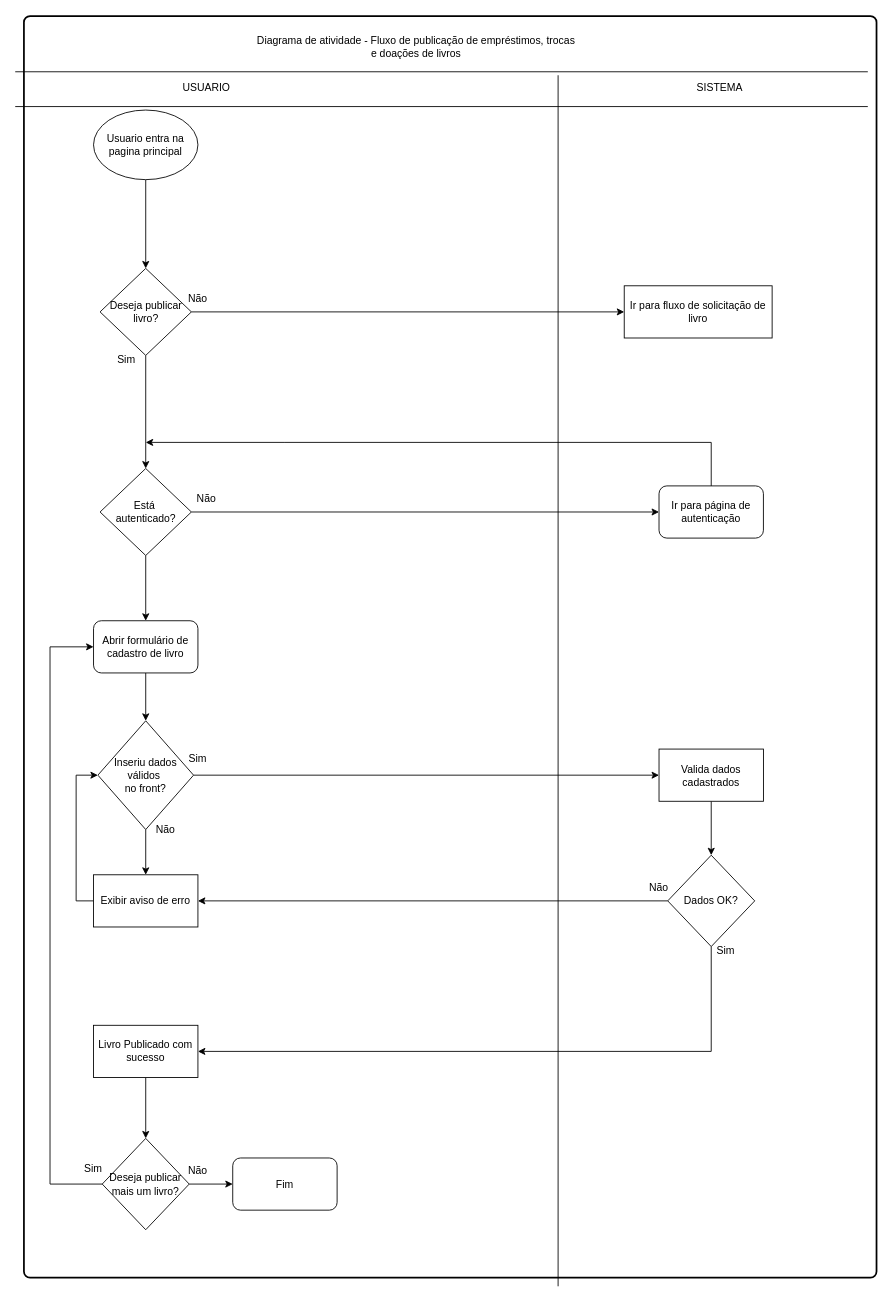
This is page "Diagrama_Atividade_publicar_livro" (3 of 4) of Diagramas/Diagramas.drawio from Raphael0305/Fatec-PI, a draw.io file, before an edit. Source tidied: cells renumbered, new cells numbered last; positions are measured from the earlier drawing's top-left corner, leaving out a move shared by most shapes. Both pictures are drawn from the tidied source at 87%, with x=0, y=0 at pixel (15, 16).
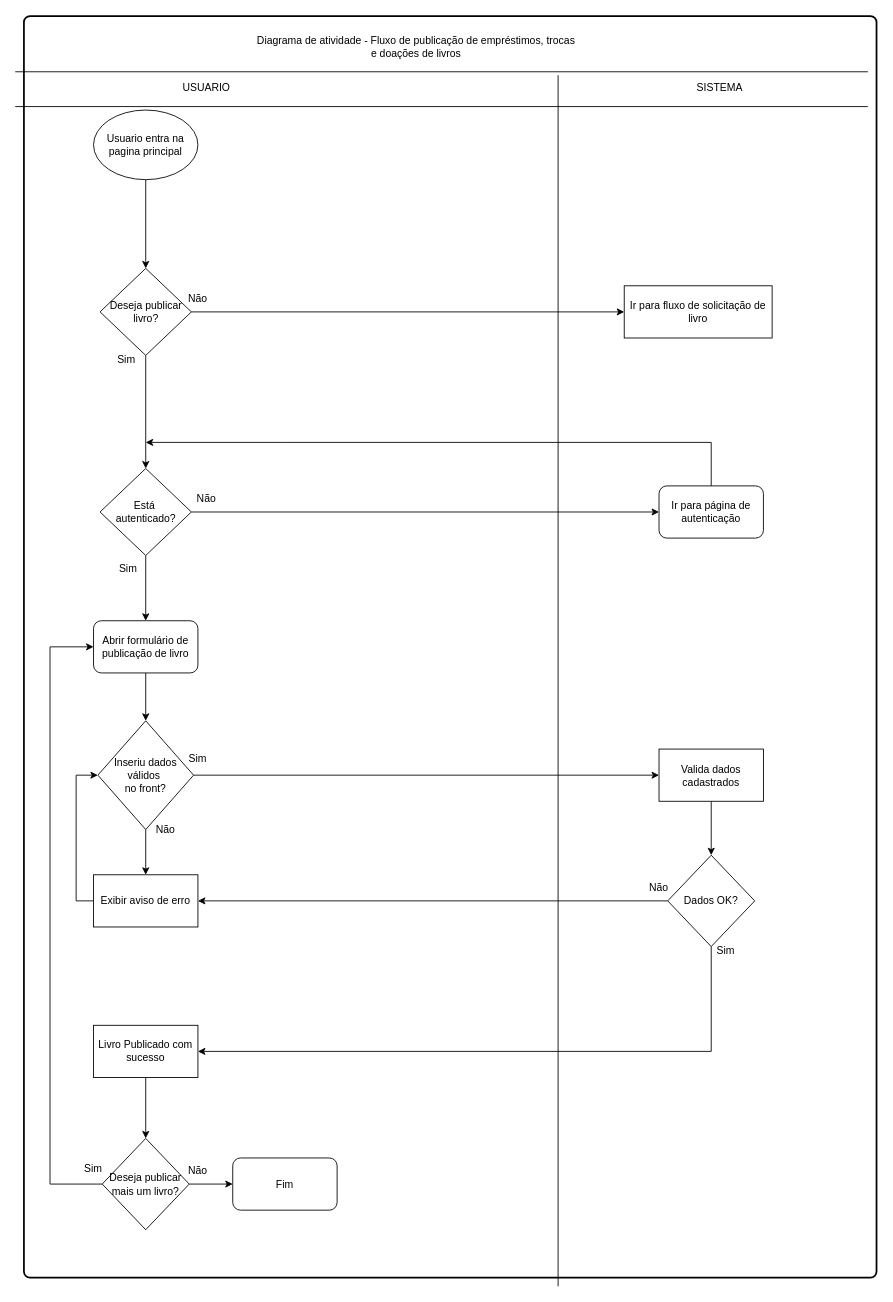
Above is the later version.

Diff of the diagram source:
```diff
@@
-    <mxCell id="24" value="Abrir formulário de cadastro de livro" style="rounded=1;whiteSpace=wrap;html=1;" parent="1" vertex="1">
+    <mxCell id="24" value="Abrir formulário de publicação de livro" style="rounded=1;whiteSpace=wrap;html=1;" parent="1" vertex="1">
       <mxGeometry x="90" y="695" width="120" height="60" as="geometry" />
     </mxCell>
@@
+    <mxCell id="47" value="Sim" style="text;html=1;align=center;verticalAlign=middle;whiteSpace=wrap;rounded=0;" parent="1" vertex="1">
+      <mxGeometry x="100" y="620" width="60" height="30" as="geometry" />
+    </mxCell>
```
